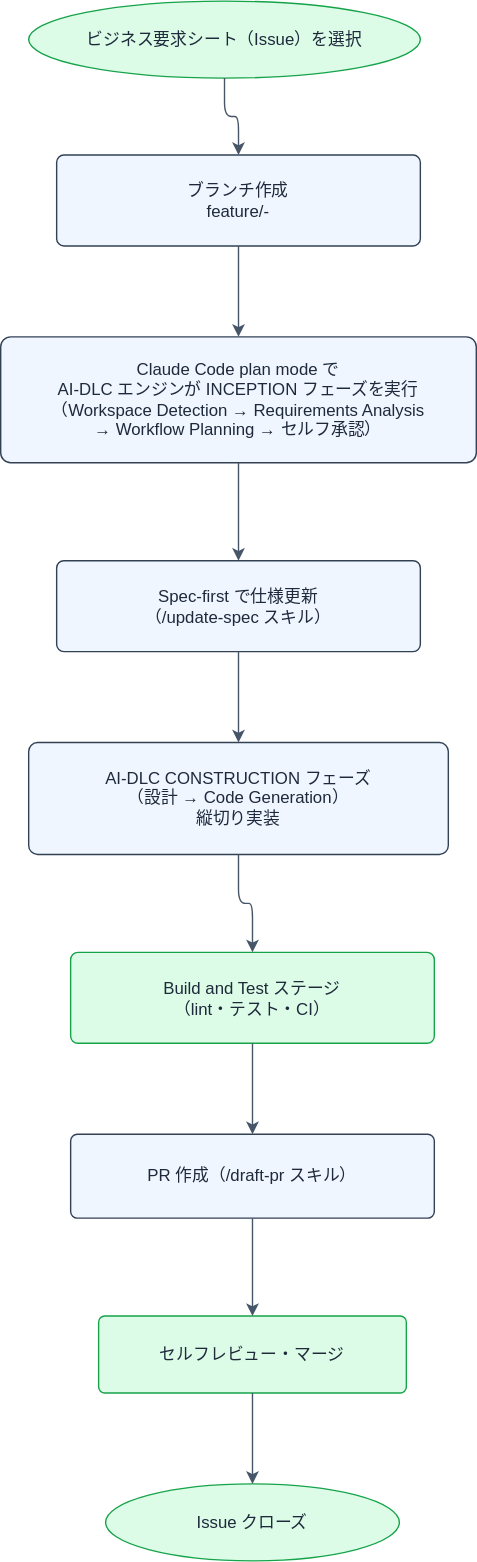
CHS-Training-Org/ai_training_for_chuo_system keeps this draw.io diagram as Docs/diagrams/guide/dev-workflow-standard.drawio.svg. Above is the earlier version. Source tidied: cells renumbered, new cells last; positions are measured from the earlier drawing's top-left corner, leaving out a move shared by most shapes.
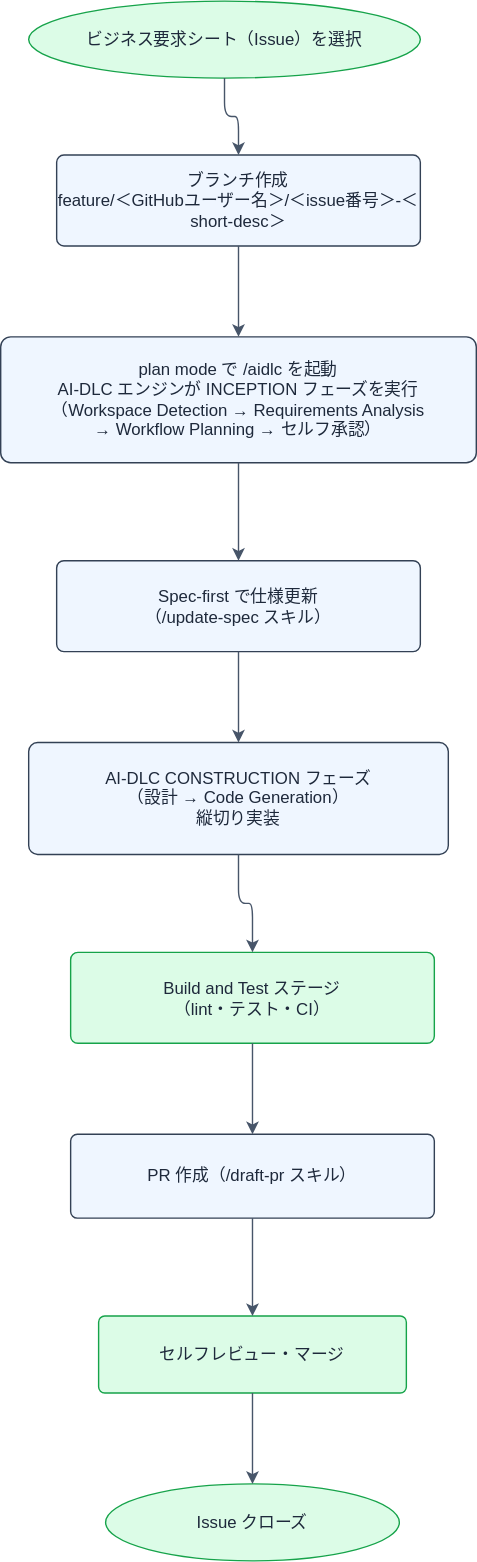
Later version of the same file.

The edit, as a diff of the source:
```diff
@@ -5,7 +5,7 @@
     <mxCell id="2" value="ビジネス要求シート（Issue）を選択" style="ellipse;whiteSpace=wrap;html=1;fillColor=#DCFCE7;strokeColor=#16A34A;fontColor=#1E293B;" parent="1" vertex="1">
       <mxGeometry x="20" width="280" height="55" as="geometry" />
     </mxCell>
-    <mxCell id="3" value="ブランチ作成&#10;feature/&lt;issue番号&gt;-&lt;short-desc&gt;" style="rounded=1;whiteSpace=wrap;html=1;fillColor=#EFF6FF;strokeColor=#334155;fontColor=#1E293B;arcSize=8;" parent="1" vertex="1">
+    <mxCell id="3" value="ブランチ作成&#10;feature/＜GitHubユーザー名＞/＜issue番号＞-＜short-desc＞" style="rounded=1;whiteSpace=wrap;html=1;fillColor=#EFF6FF;strokeColor=#334155;fontColor=#1E293B;arcSize=8;" parent="1" vertex="1">
       <mxGeometry x="40" y="110" width="260" height="65" as="geometry" />
     </mxCell>
     <mxCell id="4" value="Claude Code plan mode で&#10;AI-DLC エンジンが INCEPTION フェーズを実行&#10;（Workspace Detection → Requirements Analysis&#10;→ Workflow Planning → セルフ承認）" style="rounded=1;whiteSpace=wrap;html=1;fillColor=#EFF6FF;strokeColor=#334155;fontColor=#1E293B;arcSize=8;" parent="1" vertex="1">
```
